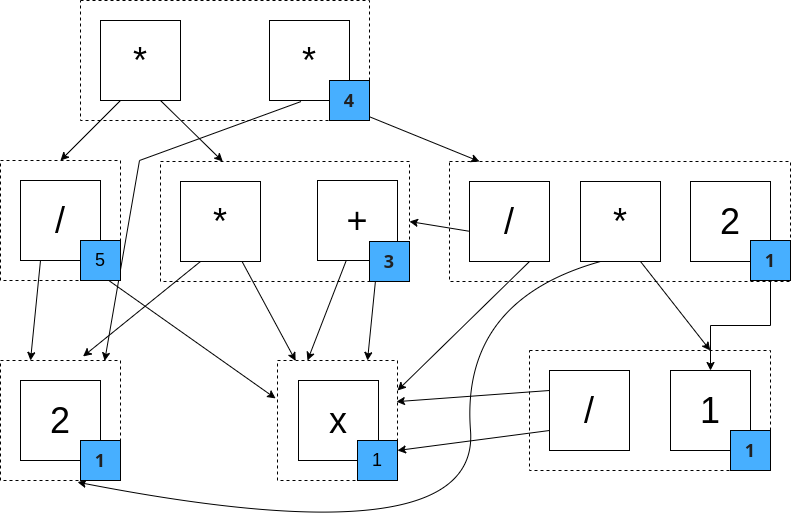
This is figs/egraph-getbest.drawio.png from folivetti/symreg-course, a draw.io export, as it was before one commit. Source tidied: cells renumbered, new cells last; positions are measured from the earlier drawing's top-left corner, leaving out a move shared by most shapes. The source it was exported from:
```xml
<mxGraphModel>
  <root>
    <mxCell id="0" />
    <mxCell id="1" parent="0" />
    <mxCell id="2" style="rounded=0;whiteSpace=wrap;html=1;fillColor=none;dashed=1;" parent="1" vertex="1">
      <mxGeometry x="529" y="350" width="241" height="120" as="geometry" />
    </mxCell>
    <mxCell id="3" style="rounded=0;whiteSpace=wrap;html=1;fillColor=none;dashed=1;" parent="1" vertex="1">
      <mxGeometry y="360" width="120" height="120" as="geometry" />
    </mxCell>
    <mxCell id="4" style="rounded=0;whiteSpace=wrap;html=1;fillColor=none;dashed=1;" parent="1" vertex="1">
      <mxGeometry x="277" y="360" width="120" height="120" as="geometry" />
    </mxCell>
    <mxCell id="5" style="rounded=0;whiteSpace=wrap;html=1;fillColor=none;dashed=1;" parent="1" vertex="1">
      <mxGeometry y="160" width="120" height="120" as="geometry" />
    </mxCell>
    <mxCell id="6" style="rounded=0;whiteSpace=wrap;html=1;fillColor=none;dashed=1;" parent="1" vertex="1">
      <mxGeometry x="80" width="289" height="120" as="geometry" />
    </mxCell>
    <mxCell id="7" value="&lt;font style=&quot;font-size: 36px;&quot;&gt;/&lt;/font&gt;" style="whiteSpace=wrap;html=1;" parent="1" vertex="1">
      <mxGeometry x="20" y="180" width="80" height="80" as="geometry" />
    </mxCell>
    <mxCell id="8" value="&lt;font style=&quot;font-size: 36px;&quot;&gt;2&lt;/font&gt;" style="whiteSpace=wrap;html=1;" parent="1" vertex="1">
      <mxGeometry x="20" y="380" width="80" height="80" as="geometry" />
    </mxCell>
    <mxCell id="9" value="&lt;font style=&quot;font-size: 36px;&quot;&gt;x&lt;/font&gt;" style="whiteSpace=wrap;html=1;" parent="1" vertex="1">
      <mxGeometry x="298" y="380" width="80" height="80" as="geometry" />
    </mxCell>
    <mxCell id="10" value="&lt;font style=&quot;font-size: 36px;&quot;&gt;*&lt;/font&gt;" style="whiteSpace=wrap;html=1;" parent="1" vertex="1">
      <mxGeometry x="100" y="20" width="80" height="80" as="geometry" />
    </mxCell>
    <mxCell id="11" value="&lt;font style=&quot;font-size: 36px;&quot;&gt;+&lt;/font&gt;" style="whiteSpace=wrap;html=1;" parent="1" vertex="1">
      <mxGeometry x="317" y="180" width="80" height="80" as="geometry" />
    </mxCell>
    <mxCell id="12" style="endArrow=classic;html=1;rounded=0;entryX=0.5;entryY=0;entryDx=0;entryDy=0;exitX=0.25;exitY=1;exitDx=0;exitDy=0;" parent="1" edge="1" source="10" target="5">
      <mxGeometry relative="1" as="geometry" />
    </mxCell>
    <mxCell id="13" style="endArrow=classic;html=1;rounded=0;entryX=0.25;entryY=0;entryDx=0;entryDy=0;exitX=0.75;exitY=1;exitDx=0;exitDy=0;" parent="1" edge="1" source="10" target="18">
      <mxGeometry relative="1" as="geometry" />
    </mxCell>
    <mxCell id="14" style="endArrow=classic;html=1;rounded=0;entryX=0.25;entryY=0;entryDx=0;entryDy=0;exitX=0.25;exitY=1;exitDx=0;exitDy=0;" parent="1" edge="1" source="7" target="3">
      <mxGeometry relative="1" as="geometry" />
    </mxCell>
    <mxCell id="15" style="endArrow=classic;html=1;rounded=0;entryX=-0.016;entryY=0.316;entryDx=0;entryDy=0;exitX=0.75;exitY=1;exitDx=0;exitDy=0;entryPerimeter=0;" parent="1" edge="1" source="7" target="4">
      <mxGeometry relative="1" as="geometry" />
    </mxCell>
    <mxCell id="16" style="endArrow=classic;html=1;rounded=0;entryX=0.25;entryY=0;entryDx=0;entryDy=0;exitX=0.357;exitY=1.006;exitDx=0;exitDy=0;exitPerimeter=0;" parent="1" edge="1" source="11" target="4">
      <mxGeometry relative="1" as="geometry" />
    </mxCell>
    <mxCell id="17" style="endArrow=classic;html=1;rounded=0;entryX=0.75;entryY=0;entryDx=0;entryDy=0;exitX=0.75;exitY=1;exitDx=0;exitDy=0;" parent="1" edge="1" source="11" target="4">
      <mxGeometry relative="1" as="geometry" />
    </mxCell>
    <mxCell id="18" style="rounded=0;whiteSpace=wrap;html=1;fillColor=none;dashed=1;" parent="1" vertex="1">
      <mxGeometry x="160" y="161" width="249" height="120" as="geometry" />
    </mxCell>
    <mxCell id="19" value="&lt;font style=&quot;font-size: 36px;&quot;&gt;*&lt;/font&gt;" style="whiteSpace=wrap;html=1;" parent="1" vertex="1">
      <mxGeometry x="180" y="181" width="80" height="80" as="geometry" />
    </mxCell>
    <mxCell id="20" style="endArrow=classic;html=1;rounded=0;entryX=0.151;entryY=0.003;entryDx=0;entryDy=0;entryPerimeter=0;" parent="1" edge="1" source="19" target="4">
      <mxGeometry relative="1" as="geometry" />
    </mxCell>
    <mxCell id="21" style="endArrow=classic;html=1;rounded=0;entryX=0.688;entryY=-0.034;entryDx=0;entryDy=0;exitX=0.25;exitY=1;exitDx=0;exitDy=0;entryPerimeter=0;" parent="1" edge="1" source="19" target="3">
      <mxGeometry relative="1" as="geometry" />
    </mxCell>
    <mxCell id="22" value="&lt;font style=&quot;font-size: 36px;&quot;&gt;*&lt;/font&gt;" style="whiteSpace=wrap;html=1;" parent="1" vertex="1">
      <mxGeometry x="269" y="20" width="80" height="80" as="geometry" />
    </mxCell>
    <mxCell id="23" style="endArrow=classic;html=1;rounded=0;entryX=0.868;entryY=0.003;entryDx=0;entryDy=0;exitX=0.394;exitY=1.013;exitDx=0;exitDy=0;exitPerimeter=0;entryPerimeter=0;" parent="1" edge="1" source="22" target="3">
      <mxGeometry relative="1" as="geometry">
        <Array as="points">
          <mxPoint x="139" y="160" />
        </Array>
      </mxGeometry>
    </mxCell>
    <mxCell id="24" style="rounded=0;whiteSpace=wrap;html=1;fillColor=none;dashed=1;" parent="1" vertex="1">
      <mxGeometry x="449" y="161" width="341" height="120" as="geometry" />
    </mxCell>
    <mxCell id="25" value="&lt;font style=&quot;font-size: 36px;&quot;&gt;/&lt;/font&gt;" style="whiteSpace=wrap;html=1;" parent="1" vertex="1">
      <mxGeometry x="469" y="181" width="80" height="80" as="geometry" />
    </mxCell>
    <mxCell id="26" style="endArrow=classic;html=1;rounded=0;entryX=1;entryY=0.5;entryDx=0;entryDy=0;exitX=-0.009;exitY=0.621;exitDx=0;exitDy=0;exitPerimeter=0;" parent="1" edge="1" source="25" target="18">
      <mxGeometry relative="1" as="geometry" />
    </mxCell>
    <mxCell id="27" style="endArrow=classic;html=1;rounded=0;entryX=1;entryY=0.25;entryDx=0;entryDy=0;exitX=0.75;exitY=1;exitDx=0;exitDy=0;" parent="1" edge="1" source="25" target="4">
      <mxGeometry relative="1" as="geometry" />
    </mxCell>
    <mxCell id="28" style="endArrow=classic;html=1;rounded=0;entryX=0.25;entryY=0;entryDx=0;entryDy=0;exitX=0.75;exitY=1;exitDx=0;exitDy=0;" parent="1" edge="1">
      <mxGeometry relative="1" as="geometry">
        <mxPoint x="329" y="100" as="sourcePoint" />
        <mxPoint x="479" y="161" as="targetPoint" />
      </mxGeometry>
    </mxCell>
    <mxCell id="29" value="&lt;font style=&quot;font-size: 36px;&quot;&gt;*&lt;/font&gt;" style="whiteSpace=wrap;html=1;" parent="1" vertex="1">
      <mxGeometry x="580" y="181" width="80" height="80" as="geometry" />
    </mxCell>
    <mxCell id="30" style="curved=1;endArrow=classic;html=1;rounded=0;entryX=0.642;entryY=1.014;entryDx=0;entryDy=0;entryPerimeter=0;exitX=0.25;exitY=1;exitDx=0;exitDy=0;" parent="1" edge="1" source="29" target="3">
      <mxGeometry relative="1" as="geometry">
        <Array as="points">
          <mxPoint x="460" y="300" />
          <mxPoint x="480" y="560" />
        </Array>
      </mxGeometry>
    </mxCell>
    <mxCell id="31" value="&lt;font style=&quot;font-size: 36px;&quot;&gt;/&lt;/font&gt;" style="whiteSpace=wrap;html=1;" parent="1" vertex="1">
      <mxGeometry x="549" y="370" width="80" height="80" as="geometry" />
    </mxCell>
    <mxCell id="32" style="endArrow=classic;html=1;rounded=0;exitX=0;exitY=0.25;exitDx=0;exitDy=0;entryX=0.991;entryY=0.343;entryDx=0;entryDy=0;entryPerimeter=0;" parent="1" edge="1" source="31" target="4">
      <mxGeometry relative="1" as="geometry" />
    </mxCell>
    <mxCell id="33" style="endArrow=classic;html=1;rounded=0;exitX=0;exitY=0.75;exitDx=0;exitDy=0;entryX=1;entryY=0.75;entryDx=0;entryDy=0;" parent="1" edge="1" source="31" target="4">
      <mxGeometry relative="1" as="geometry" />
    </mxCell>
    <mxCell id="34" style="endArrow=classic;html=1;rounded=0;entryX=0.75;entryY=0;entryDx=0;entryDy=0;exitX=0.75;exitY=1;exitDx=0;exitDy=0;" parent="1" edge="1" source="29" target="2">
      <mxGeometry relative="1" as="geometry" />
    </mxCell>
    <mxCell id="35" value="&lt;b style=&quot;color: rgb(32, 33, 34); font-family: &amp;quot;SBL BibLit&amp;quot;, &amp;quot;SBL Greek&amp;quot;, &amp;quot;New Athena Unicode&amp;quot;, &amp;quot;EB Garamond&amp;quot;, &amp;quot;EB Garamond 12&amp;quot;, &amp;quot;Foulis Greek&amp;quot;, &amp;quot;Garamond Libre&amp;quot;, &amp;quot;Noto Sans&amp;quot;, &amp;quot;Noto Serif&amp;quot;, Cardo, &amp;quot;Gentium Plus&amp;quot;, &amp;quot;Gentium Book Plus&amp;quot;, Garamond, &amp;quot;Palatino Linotype&amp;quot;, &amp;quot;DejaVu Sans&amp;quot;, &amp;quot;DejaVu Serif&amp;quot;, FreeSerif, FreeSans, &amp;quot;Arial Unicode MS&amp;quot;, &amp;quot;Lucida Sans Unicode&amp;quot;, &amp;quot;Lucida Grande&amp;quot;, Code2000, sans-serif; text-align: start;&quot;&gt;&lt;font style=&quot;font-size: 18px; background-color: rgb(71, 175, 255);&quot;&gt;1&lt;/font&gt;&lt;/b&gt;" style="whiteSpace=wrap;html=1;fillColor=#47AFFF;strokeColor=default;" parent="1" vertex="1">
      <mxGeometry x="80" y="440" width="40" height="40" as="geometry" />
    </mxCell>
    <mxCell id="36" value="&lt;font style=&quot;font-size: 36px;&quot;&gt;1&lt;/font&gt;" style="whiteSpace=wrap;html=1;" parent="1" vertex="1">
      <mxGeometry x="670" y="370" width="80" height="80" as="geometry" />
    </mxCell>
    <mxCell id="37" value="&lt;font style=&quot;font-size: 36px;&quot;&gt;2&lt;/font&gt;" style="whiteSpace=wrap;html=1;" parent="1" vertex="1">
      <mxGeometry x="690" y="181" width="80" height="80" as="geometry" />
    </mxCell>
    <mxCell id="38" value="&lt;font style=&quot;font-size: 18px;&quot;&gt;1&lt;/font&gt;" style="whiteSpace=wrap;html=1;fillColor=#47AFFF;strokeColor=default;" parent="1" vertex="1">
      <mxGeometry x="357" y="440" width="40" height="40" as="geometry" />
    </mxCell>
    <mxCell id="39" value="&lt;b style=&quot;color: rgb(32, 33, 34); font-family: &amp;quot;SBL BibLit&amp;quot;, &amp;quot;SBL Greek&amp;quot;, &amp;quot;New Athena Unicode&amp;quot;, &amp;quot;EB Garamond&amp;quot;, &amp;quot;EB Garamond 12&amp;quot;, &amp;quot;Foulis Greek&amp;quot;, &amp;quot;Garamond Libre&amp;quot;, &amp;quot;Noto Sans&amp;quot;, &amp;quot;Noto Serif&amp;quot;, Cardo, &amp;quot;Gentium Plus&amp;quot;, &amp;quot;Gentium Book Plus&amp;quot;, Garamond, &amp;quot;Palatino Linotype&amp;quot;, &amp;quot;DejaVu Sans&amp;quot;, &amp;quot;DejaVu Serif&amp;quot;, FreeSerif, FreeSans, &amp;quot;Arial Unicode MS&amp;quot;, &amp;quot;Lucida Sans Unicode&amp;quot;, &amp;quot;Lucida Grande&amp;quot;, Code2000, sans-serif; text-align: start;&quot;&gt;&lt;font style=&quot;font-size: 18px; background-color: rgb(71, 175, 255);&quot;&gt;1&lt;/font&gt;&lt;/b&gt;" style="whiteSpace=wrap;html=1;fillColor=#47AFFF;strokeColor=default;align=center;verticalAlign=middle;fontFamily=Helvetica;fontSize=12;fontColor=default;" parent="1" vertex="1">
      <mxGeometry x="730" y="430" width="40" height="40" as="geometry" />
    </mxCell>
    <mxCell id="40" style="edgeStyle=orthogonalEdgeStyle;rounded=0;jettySize=auto;html=1;" parent="1" edge="1" source="41" target="36">
      <mxGeometry relative="1" as="geometry" />
    </mxCell>
    <mxCell id="41" value="&lt;b style=&quot;color: rgb(32, 33, 34); font-family: &amp;quot;SBL BibLit&amp;quot;, &amp;quot;SBL Greek&amp;quot;, &amp;quot;New Athena Unicode&amp;quot;, &amp;quot;EB Garamond&amp;quot;, &amp;quot;EB Garamond 12&amp;quot;, &amp;quot;Foulis Greek&amp;quot;, &amp;quot;Garamond Libre&amp;quot;, &amp;quot;Noto Sans&amp;quot;, &amp;quot;Noto Serif&amp;quot;, Cardo, &amp;quot;Gentium Plus&amp;quot;, &amp;quot;Gentium Book Plus&amp;quot;, Garamond, &amp;quot;Palatino Linotype&amp;quot;, &amp;quot;DejaVu Sans&amp;quot;, &amp;quot;DejaVu Serif&amp;quot;, FreeSerif, FreeSans, &amp;quot;Arial Unicode MS&amp;quot;, &amp;quot;Lucida Sans Unicode&amp;quot;, &amp;quot;Lucida Grande&amp;quot;, Code2000, sans-serif; text-align: start;&quot;&gt;&lt;font style=&quot;font-size: 18px; background-color: rgb(71, 175, 255);&quot;&gt;1&lt;/font&gt;&lt;/b&gt;" style="whiteSpace=wrap;html=1;fillColor=#47AFFF;strokeColor=default;" parent="1" vertex="1">
      <mxGeometry x="750" y="240" width="40" height="40" as="geometry" />
    </mxCell>
    <mxCell id="42" value="&lt;b style=&quot;color: rgb(32, 33, 34); font-family: &amp;quot;SBL BibLit&amp;quot;, &amp;quot;SBL Greek&amp;quot;, &amp;quot;New Athena Unicode&amp;quot;, &amp;quot;EB Garamond&amp;quot;, &amp;quot;EB Garamond 12&amp;quot;, &amp;quot;Foulis Greek&amp;quot;, &amp;quot;Garamond Libre&amp;quot;, &amp;quot;Noto Sans&amp;quot;, &amp;quot;Noto Serif&amp;quot;, Cardo, &amp;quot;Gentium Plus&amp;quot;, &amp;quot;Gentium Book Plus&amp;quot;, Garamond, &amp;quot;Palatino Linotype&amp;quot;, &amp;quot;DejaVu Sans&amp;quot;, &amp;quot;DejaVu Serif&amp;quot;, FreeSerif, FreeSans, &amp;quot;Arial Unicode MS&amp;quot;, &amp;quot;Lucida Sans Unicode&amp;quot;, &amp;quot;Lucida Grande&amp;quot;, Code2000, sans-serif; text-align: start;&quot;&gt;&lt;font style=&quot;font-size: 18px; background-color: rgb(71, 175, 255);&quot;&gt;3&lt;/font&gt;&lt;/b&gt;" style="whiteSpace=wrap;html=1;fillColor=#47AFFF;strokeColor=default;" parent="1" vertex="1">
      <mxGeometry x="369" y="241" width="40" height="40" as="geometry" />
    </mxCell>
    <mxCell id="43" value="&lt;b style=&quot;color: rgb(32, 33, 34); font-family: &amp;quot;SBL BibLit&amp;quot;, &amp;quot;SBL Greek&amp;quot;, &amp;quot;New Athena Unicode&amp;quot;, &amp;quot;EB Garamond&amp;quot;, &amp;quot;EB Garamond 12&amp;quot;, &amp;quot;Foulis Greek&amp;quot;, &amp;quot;Garamond Libre&amp;quot;, &amp;quot;Noto Sans&amp;quot;, &amp;quot;Noto Serif&amp;quot;, Cardo, &amp;quot;Gentium Plus&amp;quot;, &amp;quot;Gentium Book Plus&amp;quot;, Garamond, &amp;quot;Palatino Linotype&amp;quot;, &amp;quot;DejaVu Sans&amp;quot;, &amp;quot;DejaVu Serif&amp;quot;, FreeSerif, FreeSans, &amp;quot;Arial Unicode MS&amp;quot;, &amp;quot;Lucida Sans Unicode&amp;quot;, &amp;quot;Lucida Grande&amp;quot;, Code2000, sans-serif; text-align: start;&quot;&gt;&lt;font style=&quot;background-color: rgb(71, 175, 255); font-size: 18px;&quot;&gt;4&lt;/font&gt;&lt;/b&gt;" style="whiteSpace=wrap;html=1;fillColor=#47AFFF;strokeColor=default;" parent="1" vertex="1">
      <mxGeometry x="329" y="80" width="40" height="40" as="geometry" />
    </mxCell>
    <mxCell id="44" value="&lt;font style=&quot;font-size: 18px;&quot;&gt;5&lt;/font&gt;" style="whiteSpace=wrap;html=1;fillColor=#47AFFF;strokeColor=default;" parent="1" vertex="1">
      <mxGeometry x="80" y="240" width="40" height="40" as="geometry" />
    </mxCell>
  </root>
</mxGraphModel>
```
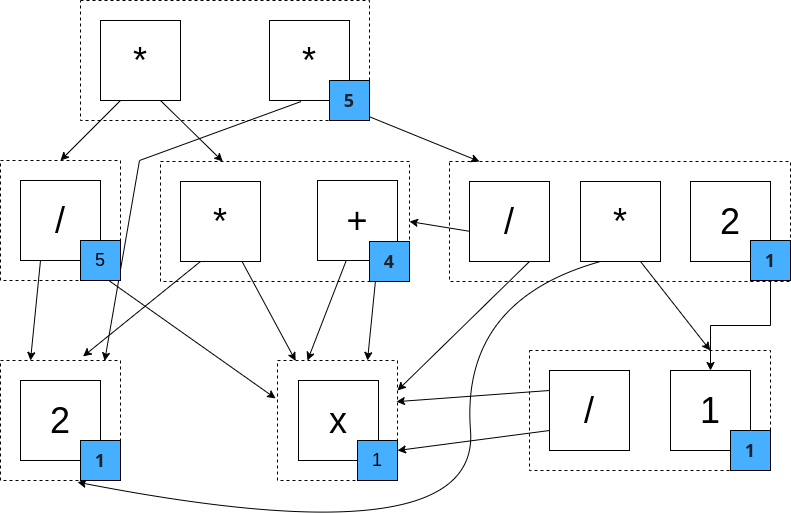
The same file after the commit.

Change to the diagram source:
```diff
@@ -134,10 +134,10 @@
     <mxCell id="41" value="&lt;b style=&quot;color: rgb(32, 33, 34); font-family: &amp;quot;SBL BibLit&amp;quot;, &amp;quot;SBL Greek&amp;quot;, &amp;quot;New Athena Unicode&amp;quot;, &amp;quot;EB Garamond&amp;quot;, &amp;quot;EB Garamond 12&amp;quot;, &amp;quot;Foulis Greek&amp;quot;, &amp;quot;Garamond Libre&amp;quot;, &amp;quot;Noto Sans&amp;quot;, &amp;quot;Noto Serif&amp;quot;, Cardo, &amp;quot;Gentium Plus&amp;quot;, &amp;quot;Gentium Book Plus&amp;quot;, Garamond, &amp;quot;Palatino Linotype&amp;quot;, &amp;quot;DejaVu Sans&amp;quot;, &amp;quot;DejaVu Serif&amp;quot;, FreeSerif, FreeSans, &amp;quot;Arial Unicode MS&amp;quot;, &amp;quot;Lucida Sans Unicode&amp;quot;, &amp;quot;Lucida Grande&amp;quot;, Code2000, sans-serif; text-align: start;&quot;&gt;&lt;font style=&quot;font-size: 18px; background-color: rgb(71, 175, 255);&quot;&gt;1&lt;/font&gt;&lt;/b&gt;" style="whiteSpace=wrap;html=1;fillColor=#47AFFF;strokeColor=default;" parent="1" vertex="1">
       <mxGeometry x="750" y="240" width="40" height="40" as="geometry" />
     </mxCell>
-    <mxCell id="42" value="&lt;b style=&quot;color: rgb(32, 33, 34); font-family: &amp;quot;SBL BibLit&amp;quot;, &amp;quot;SBL Greek&amp;quot;, &amp;quot;New Athena Unicode&amp;quot;, &amp;quot;EB Garamond&amp;quot;, &amp;quot;EB Garamond 12&amp;quot;, &amp;quot;Foulis Greek&amp;quot;, &amp;quot;Garamond Libre&amp;quot;, &amp;quot;Noto Sans&amp;quot;, &amp;quot;Noto Serif&amp;quot;, Cardo, &amp;quot;Gentium Plus&amp;quot;, &amp;quot;Gentium Book Plus&amp;quot;, Garamond, &amp;quot;Palatino Linotype&amp;quot;, &amp;quot;DejaVu Sans&amp;quot;, &amp;quot;DejaVu Serif&amp;quot;, FreeSerif, FreeSans, &amp;quot;Arial Unicode MS&amp;quot;, &amp;quot;Lucida Sans Unicode&amp;quot;, &amp;quot;Lucida Grande&amp;quot;, Code2000, sans-serif; text-align: start;&quot;&gt;&lt;font style=&quot;font-size: 18px; background-color: rgb(71, 175, 255);&quot;&gt;3&lt;/font&gt;&lt;/b&gt;" style="whiteSpace=wrap;html=1;fillColor=#47AFFF;strokeColor=default;" parent="1" vertex="1">
+    <mxCell id="42" value="&lt;b style=&quot;color: rgb(32, 33, 34); font-family: &amp;quot;SBL BibLit&amp;quot;, &amp;quot;SBL Greek&amp;quot;, &amp;quot;New Athena Unicode&amp;quot;, &amp;quot;EB Garamond&amp;quot;, &amp;quot;EB Garamond 12&amp;quot;, &amp;quot;Foulis Greek&amp;quot;, &amp;quot;Garamond Libre&amp;quot;, &amp;quot;Noto Sans&amp;quot;, &amp;quot;Noto Serif&amp;quot;, Cardo, &amp;quot;Gentium Plus&amp;quot;, &amp;quot;Gentium Book Plus&amp;quot;, Garamond, &amp;quot;Palatino Linotype&amp;quot;, &amp;quot;DejaVu Sans&amp;quot;, &amp;quot;DejaVu Serif&amp;quot;, FreeSerif, FreeSans, &amp;quot;Arial Unicode MS&amp;quot;, &amp;quot;Lucida Sans Unicode&amp;quot;, &amp;quot;Lucida Grande&amp;quot;, Code2000, sans-serif; text-align: start;&quot;&gt;&lt;font style=&quot;font-size: 18px; background-color: rgb(71, 175, 255);&quot;&gt;4&lt;/font&gt;&lt;/b&gt;" style="whiteSpace=wrap;html=1;fillColor=#47AFFF;strokeColor=default;" parent="1" vertex="1">
       <mxGeometry x="369" y="241" width="40" height="40" as="geometry" />
     </mxCell>
-    <mxCell id="43" value="&lt;b style=&quot;color: rgb(32, 33, 34); font-family: &amp;quot;SBL BibLit&amp;quot;, &amp;quot;SBL Greek&amp;quot;, &amp;quot;New Athena Unicode&amp;quot;, &amp;quot;EB Garamond&amp;quot;, &amp;quot;EB Garamond 12&amp;quot;, &amp;quot;Foulis Greek&amp;quot;, &amp;quot;Garamond Libre&amp;quot;, &amp;quot;Noto Sans&amp;quot;, &amp;quot;Noto Serif&amp;quot;, Cardo, &amp;quot;Gentium Plus&amp;quot;, &amp;quot;Gentium Book Plus&amp;quot;, Garamond, &amp;quot;Palatino Linotype&amp;quot;, &amp;quot;DejaVu Sans&amp;quot;, &amp;quot;DejaVu Serif&amp;quot;, FreeSerif, FreeSans, &amp;quot;Arial Unicode MS&amp;quot;, &amp;quot;Lucida Sans Unicode&amp;quot;, &amp;quot;Lucida Grande&amp;quot;, Code2000, sans-serif; text-align: start;&quot;&gt;&lt;font style=&quot;background-color: rgb(71, 175, 255); font-size: 18px;&quot;&gt;4&lt;/font&gt;&lt;/b&gt;" style="whiteSpace=wrap;html=1;fillColor=#47AFFF;strokeColor=default;" parent="1" vertex="1">
+    <mxCell id="43" value="&lt;b style=&quot;color: rgb(32, 33, 34); font-family: &amp;quot;SBL BibLit&amp;quot;, &amp;quot;SBL Greek&amp;quot;, &amp;quot;New Athena Unicode&amp;quot;, &amp;quot;EB Garamond&amp;quot;, &amp;quot;EB Garamond 12&amp;quot;, &amp;quot;Foulis Greek&amp;quot;, &amp;quot;Garamond Libre&amp;quot;, &amp;quot;Noto Sans&amp;quot;, &amp;quot;Noto Serif&amp;quot;, Cardo, &amp;quot;Gentium Plus&amp;quot;, &amp;quot;Gentium Book Plus&amp;quot;, Garamond, &amp;quot;Palatino Linotype&amp;quot;, &amp;quot;DejaVu Sans&amp;quot;, &amp;quot;DejaVu Serif&amp;quot;, FreeSerif, FreeSans, &amp;quot;Arial Unicode MS&amp;quot;, &amp;quot;Lucida Sans Unicode&amp;quot;, &amp;quot;Lucida Grande&amp;quot;, Code2000, sans-serif; text-align: start;&quot;&gt;&lt;font style=&quot;background-color: rgb(71, 175, 255); font-size: 18px;&quot;&gt;5&lt;/font&gt;&lt;/b&gt;" style="whiteSpace=wrap;html=1;fillColor=#47AFFF;strokeColor=default;" parent="1" vertex="1">
       <mxGeometry x="329" y="80" width="40" height="40" as="geometry" />
     </mxCell>
     <mxCell id="44" value="&lt;font style=&quot;font-size: 18px;&quot;&gt;5&lt;/font&gt;" style="whiteSpace=wrap;html=1;fillColor=#47AFFF;strokeColor=default;" parent="1" vertex="1">
```
